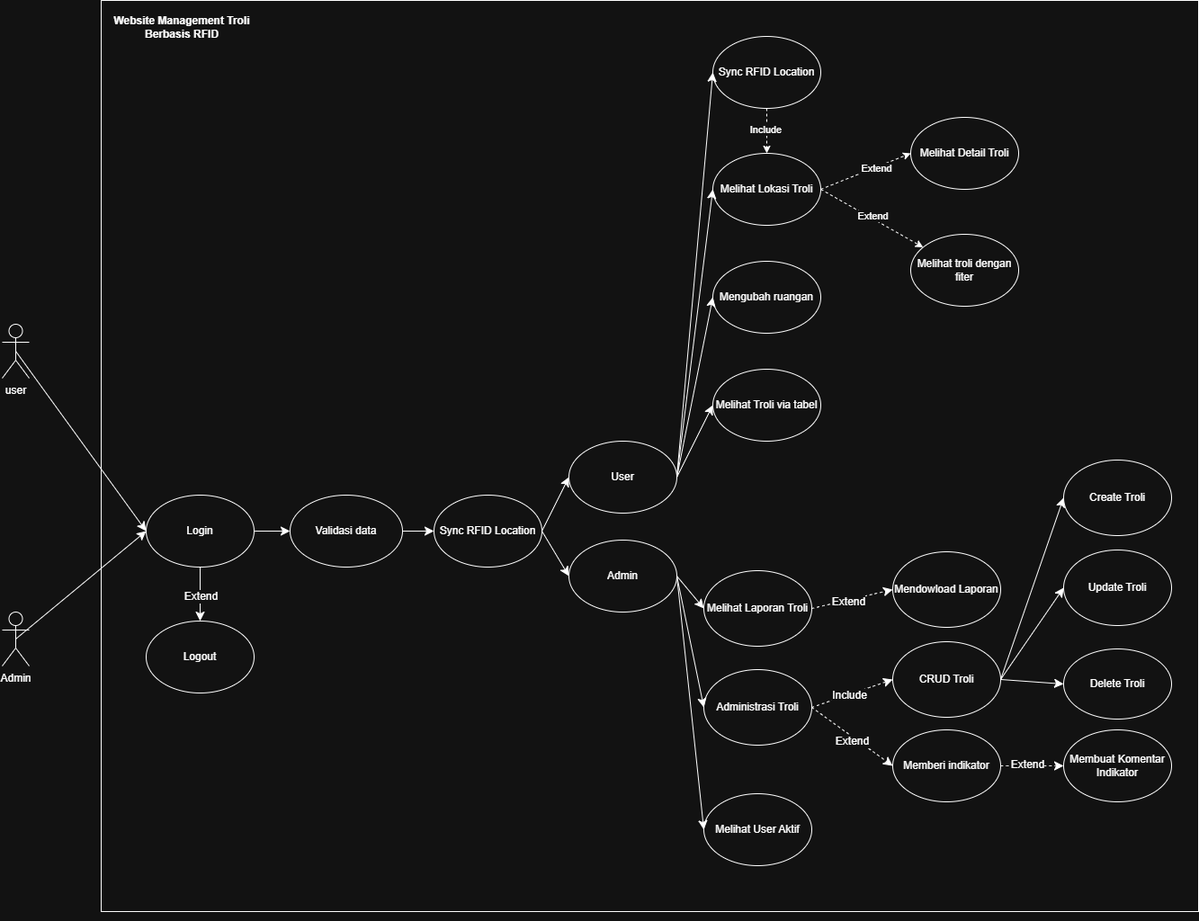
Above: Untitled Diagram.drawio.png in rajendrazero/sertifikat (draw.io), before the change. Source tidied: cells renumbered, new cells last; positions are measured from the earlier drawing's top-left corner, leaving out a move shared by most shapes.
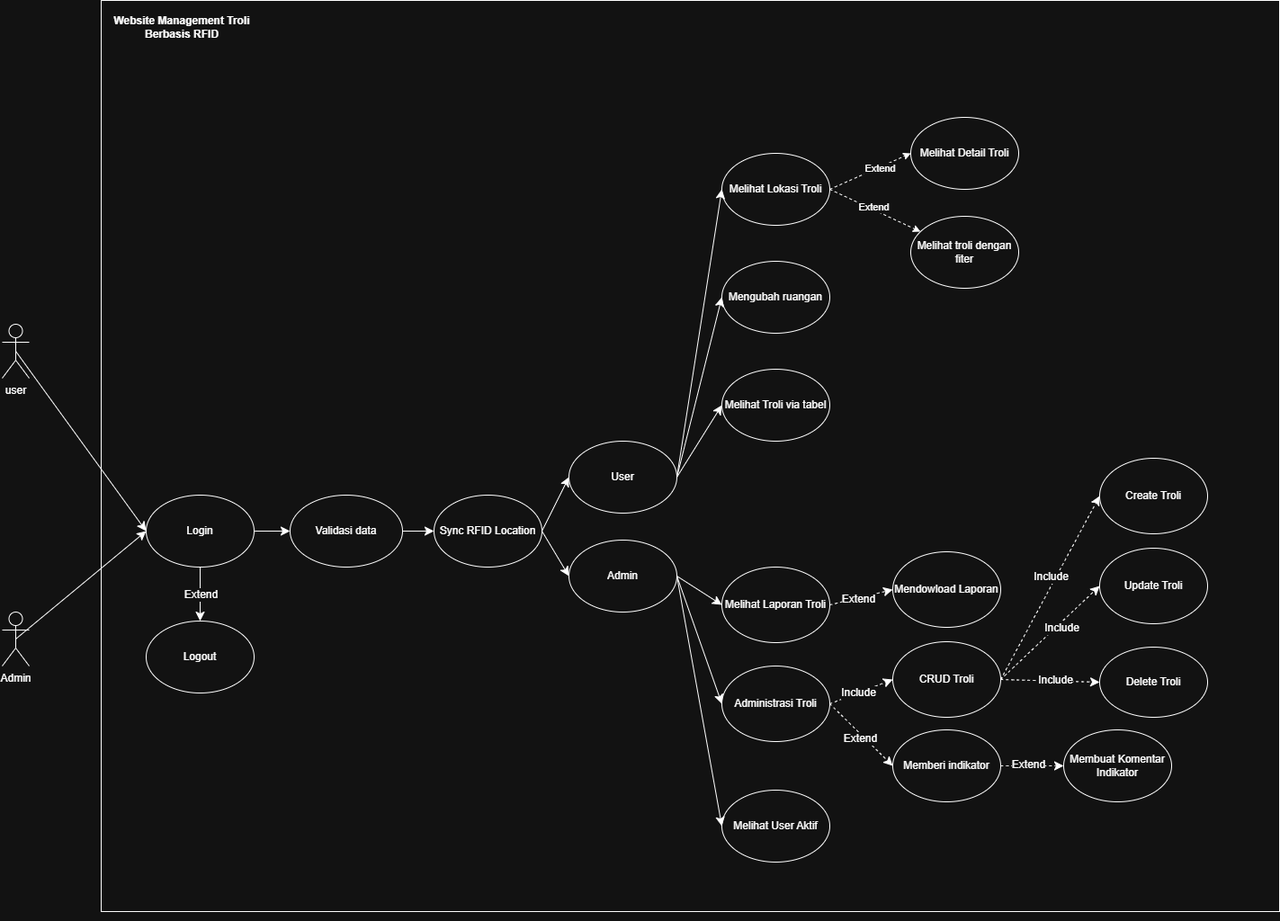
Later version of the same file.

What changed in the source:
```diff
@@ -3,7 +3,7 @@
     <mxCell id="0" />
     <mxCell id="1" parent="0" />
     <mxCell id="2" style="rounded=0;whiteSpace=wrap;html=1;" parent="1" vertex="1">
-      <mxGeometry x="110" width="1220" height="1013" as="geometry" />
+      <mxGeometry x="110" width="1310" height="1013" as="geometry" />
     </mxCell>
     <mxCell id="3" style="edgeStyle=none;curved=1;rounded=0;jettySize=auto;html=1;exitX=0.5;exitY=0.5;exitDx=0;exitDy=0;exitPerimeter=0;fontSize=12;startSize=8;endSize=8;" parent="1" edge="1" source="4">
       <mxGeometry relative="1" as="geometry">
@@ -26,7 +26,7 @@
       <mxGeometry x="-0.05" y="3" relative="1" as="geometry" />
     </mxCell>
     <mxCell id="9" value="Melihat Lokasi Troli" style="ellipse;whiteSpace=wrap;html=1;" parent="1" vertex="1">
-      <mxGeometry x="790" y="170" width="120" height="80" as="geometry" />
+      <mxGeometry x="800" y="170" width="120" height="80" as="geometry" />
     </mxCell>
     <mxCell id="10" value="Website Management Troli Berbasis RFID" style="text;html=1;align=center;verticalAlign=middle;whiteSpace=wrap;rounded=0;fontStyle=1;" parent="1" vertex="1">
       <mxGeometry x="100" y="10" width="200" height="40" as="geometry" />
@@ -35,10 +35,10 @@
       <mxGeometry x="1010" y="130" width="120" height="80" as="geometry" />
     </mxCell>
     <mxCell id="12" value="Melihat Troli via tabel" style="ellipse;whiteSpace=wrap;html=1;" parent="1" vertex="1">
-      <mxGeometry x="790" y="410" width="120" height="80" as="geometry" />
+      <mxGeometry x="800" y="410" width="120" height="80" as="geometry" />
     </mxCell>
     <mxCell id="13" value="Melihat troli dengan fiter" style="ellipse;whiteSpace=wrap;html=1;" parent="1" vertex="1">
-      <mxGeometry x="1010" y="260" width="120" height="80" as="geometry" />
+      <mxGeometry x="1010" y="240" width="120" height="80" as="geometry" />
     </mxCell>
     <mxCell id="14" style="edgeStyle=none;curved=1;rounded=0;jettySize=auto;html=1;exitX=0.5;exitY=0.5;exitDx=0;exitDy=0;exitPerimeter=0;entryX=0;entryY=0.5;entryDx=0;entryDy=0;fontSize=12;startSize=8;endSize=8;" parent="1" edge="1" source="15" target="20">
       <mxGeometry relative="1" as="geometry" />
@@ -47,7 +47,7 @@
       <mxGeometry y="680" width="30" height="60" as="geometry" />
     </mxCell>
     <mxCell id="16" value="Mengubah ruangan" style="ellipse;whiteSpace=wrap;html=1;" parent="1" vertex="1">
-      <mxGeometry x="790" y="290" width="120" height="80" as="geometry" />
+      <mxGeometry x="800" y="290" width="120" height="80" as="geometry" />
     </mxCell>
     <mxCell id="17" style="edgeStyle=none;curved=1;rounded=0;jettySize=auto;html=1;exitX=1;exitY=0.5;exitDx=0;exitDy=0;entryX=0;entryY=0.5;entryDx=0;entryDy=0;fontSize=12;startSize=8;endSize=8;" parent="1" edge="1" source="20" target="22">
       <mxGeometry relative="1" as="geometry" />
@@ -80,17 +80,30 @@
       <mxGeometry x="0.03" y="-4" relative="1" as="geometry" />
     </mxCell>
     <mxCell id="27" value="Administrasi Troli" style="ellipse;whiteSpace=wrap;html=1;" parent="1" vertex="1">
-      <mxGeometry x="780" y="744" width="120" height="84" as="geometry" />
+      <mxGeometry x="800" y="740" width="120" height="84" as="geometry" />
     </mxCell>
-    <mxCell id="28" style="edgeStyle=none;curved=1;rounded=0;jettySize=auto;html=1;exitX=1;exitY=0.5;exitDx=0;exitDy=0;entryX=0;entryY=0.5;entryDx=0;entryDy=0;fontSize=12;startSize=8;endSize=8;" parent="1" edge="1" source="31" target="62">
+    <mxCell id="28" style="edgeStyle=none;curved=1;rounded=0;jettySize=auto;html=1;exitX=1;exitY=0.5;exitDx=0;exitDy=0;entryX=0;entryY=0.5;entryDx=0;entryDy=0;fontSize=12;startSize=8;endSize=8;dashed=1;" parent="1" edge="1" source="31" target="62">
       <mxGeometry relative="1" as="geometry" />
     </mxCell>
+    <mxCell id="65" value="Include" style="edgeLabel;html=1;align=center;verticalAlign=middle;fontSize=12;" parent="28" vertex="1">
+      <mxGeometry x="0.1" y="7" relative="1" as="geometry">
+        <mxPoint y="1" as="offset" />
+      </mxGeometry>
+    </mxCell>
-    <mxCell id="29" style="edgeStyle=none;curved=1;rounded=0;jettySize=auto;html=1;exitX=1;exitY=0.5;exitDx=0;exitDy=0;entryX=0;entryY=0.5;entryDx=0;entryDy=0;fontSize=12;startSize=8;endSize=8;" parent="1" edge="1" source="31" target="63">
+    <mxCell id="29" style="edgeStyle=none;curved=1;rounded=0;jettySize=auto;html=1;exitX=1;exitY=0.5;exitDx=0;exitDy=0;entryX=0;entryY=0.5;entryDx=0;entryDy=0;fontSize=12;startSize=8;endSize=8;dashed=1;" parent="1" edge="1" source="31" target="63">
       <mxGeometry relative="1" as="geometry" />
     </mxCell>
+    <mxCell id="66" value="Include" style="edgeLabel;html=1;align=center;verticalAlign=middle;fontSize=12;" parent="29" vertex="1">
+      <mxGeometry x="0.16" y="-4" relative="1" as="geometry" />
+    </mxCell>
-    <mxCell id="30" style="edgeStyle=none;curved=1;rounded=0;jettySize=auto;html=1;exitX=1;exitY=0.5;exitDx=0;exitDy=0;entryX=0;entryY=0.5;entryDx=0;entryDy=0;fontSize=12;startSize=8;endSize=8;" parent="1" edge="1" source="31" target="64">
+    <mxCell id="30" style="edgeStyle=none;curved=1;rounded=0;jettySize=auto;html=1;exitX=1;exitY=0.5;exitDx=0;exitDy=0;entryX=0;entryY=0.5;entryDx=0;entryDy=0;fontSize=12;startSize=8;endSize=8;dashed=1;" parent="1" edge="1" source="31" target="64">
       <mxGeometry relative="1" as="geometry" />
     </mxCell>
+    <mxCell id="67" value="Include" style="edgeLabel;html=1;align=center;verticalAlign=middle;fontSize=12;" parent="30" vertex="1">
+      <mxGeometry x="0.04" y="-6" relative="1" as="geometry">
+        <mxPoint x="2" y="-8" as="offset" />
+      </mxGeometry>
+    </mxCell>
     <mxCell id="31" value="CRUD Troli" style="ellipse;whiteSpace=wrap;html=1;" parent="1" vertex="1">
       <mxGeometry x="990" y="713" width="120" height="84" as="geometry" />
     </mxCell>
@@ -106,15 +119,6 @@
     <mxCell id="35" value="Membuat Komentar Indikator" style="ellipse;whiteSpace=wrap;html=1;" parent="1" vertex="1">
       <mxGeometry x="1180" y="811" width="120" height="80" as="geometry" />
     </mxCell>
-    <mxCell id="36" style="edgeStyle=orthogonalEdgeStyle;rounded=0;jettySize=auto;html=1;exitX=0.5;exitY=1;exitDx=0;exitDy=0;dashed=1;" parent="1" edge="1" source="38" target="9">
-      <mxGeometry relative="1" as="geometry" />
-    </mxCell>
-    <mxCell id="37" value="Include" style="edgeLabel;html=1;align=center;verticalAlign=middle;" parent="36" vertex="1">
-      <mxGeometry x="-0.08" y="-2" relative="1" as="geometry" />
-    </mxCell>
-    <mxCell id="38" value="Sync RFID Location" style="ellipse;whiteSpace=wrap;html=1;" parent="1" vertex="1">
-      <mxGeometry x="790" y="40" width="120" height="80" as="geometry" />
-    </mxCell>
     <mxCell id="39" value="Logout" style="ellipse;whiteSpace=wrap;html=1;" parent="1" vertex="1">
       <mxGeometry x="160" y="690" width="120" height="80" as="geometry" />
     </mxCell>
@@ -125,7 +129,7 @@
       <mxGeometry x="-0.12" y="-1" relative="1" as="geometry" />
     </mxCell>
     <mxCell id="42" value="Melihat Laporan Troli" style="ellipse;whiteSpace=wrap;html=1;" parent="1" vertex="1">
-      <mxGeometry x="780" y="634" width="120" height="84" as="geometry" />
+      <mxGeometry x="800" y="630" width="120" height="84" as="geometry" />
     </mxCell>
     <mxCell id="43" value="Mendowload Laporan" style="ellipse;whiteSpace=wrap;html=1;" parent="1" vertex="1">
       <mxGeometry x="990" y="613" width="120" height="84" as="geometry" />
@@ -137,7 +141,7 @@
       <mxGeometry relative="1" as="geometry" />
     </mxCell>
     <mxCell id="46" value="Melihat User Aktif" style="ellipse;whiteSpace=wrap;html=1;" parent="1" vertex="1">
-      <mxGeometry x="780" y="882" width="120" height="80" as="geometry" />
+      <mxGeometry x="800" y="878" width="120" height="80" as="geometry" />
     </mxCell>
     <mxCell id="47" style="edgeStyle=none;curved=1;rounded=0;orthogonalLoop=1;jettySize=auto;html=1;exitX=1;exitY=0.5;exitDx=0;exitDy=0;fontSize=12;startSize=8;endSize=8;" parent="1" edge="1" source="39" target="39">
       <mxGeometry relative="1" as="geometry" />
@@ -151,9 +155,6 @@
     <mxCell id="50" style="edgeStyle=none;curved=1;rounded=0;jettySize=auto;html=1;exitX=1;exitY=0.5;exitDx=0;exitDy=0;entryX=0;entryY=0.5;entryDx=0;entryDy=0;fontSize=12;startSize=8;endSize=8;" parent="1" edge="1" source="52" target="9">
       <mxGeometry relative="1" as="geometry" />
     </mxCell>
-    <mxCell id="51" style="edgeStyle=none;curved=1;rounded=0;jettySize=auto;html=1;exitX=1;exitY=0.5;exitDx=0;exitDy=0;entryX=0;entryY=0.5;entryDx=0;entryDy=0;fontSize=12;startSize=8;endSize=8;" parent="1" edge="1" source="52" target="38">
-      <mxGeometry relative="1" as="geometry" />
-    </mxCell>
     <mxCell id="52" value="User" style="ellipse;whiteSpace=wrap;html=1;" parent="1" vertex="1">
       <mxGeometry x="630" y="490" width="120" height="80" as="geometry" />
     </mxCell>
@@ -185,13 +186,13 @@
       <mxGeometry relative="1" as="geometry" />
     </mxCell>
     <mxCell id="62" value="Create Troli" style="ellipse;whiteSpace=wrap;html=1;" parent="1" vertex="1">
-      <mxGeometry x="1180" y="511" width="120" height="84" as="geometry" />
+      <mxGeometry x="1220" y="509" width="120" height="84" as="geometry" />
     </mxCell>
     <mxCell id="63" value="Update Troli" style="ellipse;whiteSpace=wrap;html=1;" parent="1" vertex="1">
-      <mxGeometry x="1180" y="611" width="120" height="84" as="geometry" />
+      <mxGeometry x="1220" y="609" width="120" height="84" as="geometry" />
     </mxCell>
     <mxCell id="64" value="Delete Troli" style="ellipse;whiteSpace=wrap;html=1;" parent="1" vertex="1">
-      <mxGeometry x="1180" y="721" width="120" height="78" as="geometry" />
+      <mxGeometry x="1220" y="719" width="120" height="78" as="geometry" />
     </mxCell>
   </root>
 </mxGraphModel>
```
